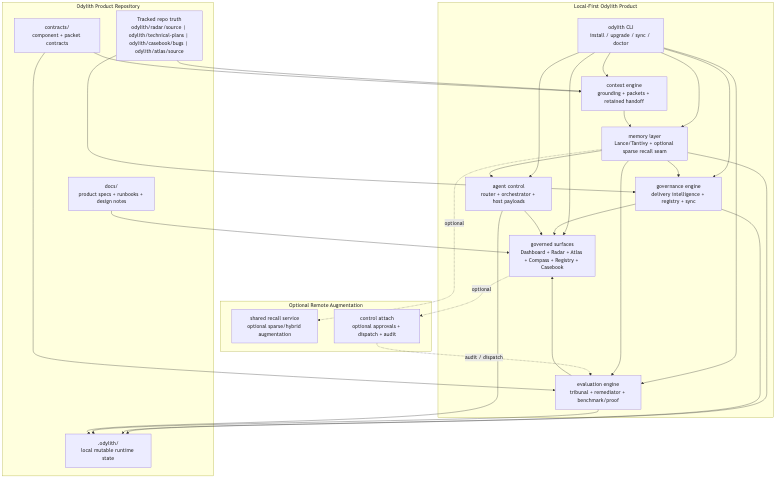
Earlier version of the Mermaid export odylith/atlas/source/odylith-installable-product-layered-topology.png (odylith/odylith). Its source is kept beside it as odylith/atlas/source/odylith-installable-product-layered-topology.mmd. Its diagram source:
```mermaid
flowchart TD
    subgraph Repo["Odylith Product Repository"]
        Truth["Tracked repo truth<br/>odylith/radar/source | odylith/technical-plans | odylith/casebook/bugs | odylith/atlas/source"]
        Contracts["contracts/<br/>component + packet contracts"]
        Docs["docs/<br/>product specs + runbooks + design notes"]
        RuntimeState[".odylith/<br/>local mutable runtime state"]
    end

    subgraph Product["Local-First Odylith Product"]
        CLI["odylith CLI<br/>install / upgrade / sync / doctor"]
        Context["context engine<br/>grounding + packets + retained handoff"]
        Memory["memory layer<br/>Lance/Tantivy + optional sparse recall seam"]
        Governance["governance engine<br/>delivery intelligence + registry + sync"]
        Evaluation["evaluation engine<br/>tribunal + remediator + benchmark/proof"]
        Agents["agent control<br/>router + orchestrator + host payloads"]
        Surfaces["governed surfaces<br/>Dashboard + Radar + Atlas + Compass + Registry + Casebook"]
    end

    subgraph OptionalRemote["Optional Remote Augmentation"]
        Recall["shared recall service<br/>optional sparse/hybrid augmentation"]
        Control["control attach<br/>optional approvals + dispatch + audit"]
    end

    Truth --> Context
    Truth --> Governance
    Contracts --> Context
    Contracts --> Evaluation
    Docs --> Surfaces
    CLI --> Context
    CLI --> Memory
    CLI --> Governance
    CLI --> Evaluation
    CLI --> Agents
    CLI --> Surfaces

    Context --> Memory
    Memory --> Governance
    Memory --> Evaluation
    Memory --> Agents
    Governance --> Surfaces
    Evaluation --> Surfaces
    Agents --> Surfaces

    Memory --> RuntimeState
    Governance --> RuntimeState
    Evaluation --> RuntimeState
    Agents --> RuntimeState

    Memory -. optional .-> Recall
    Surfaces -. optional .-> Control
    Control -. audit / dispatch .-> Evaluation
```
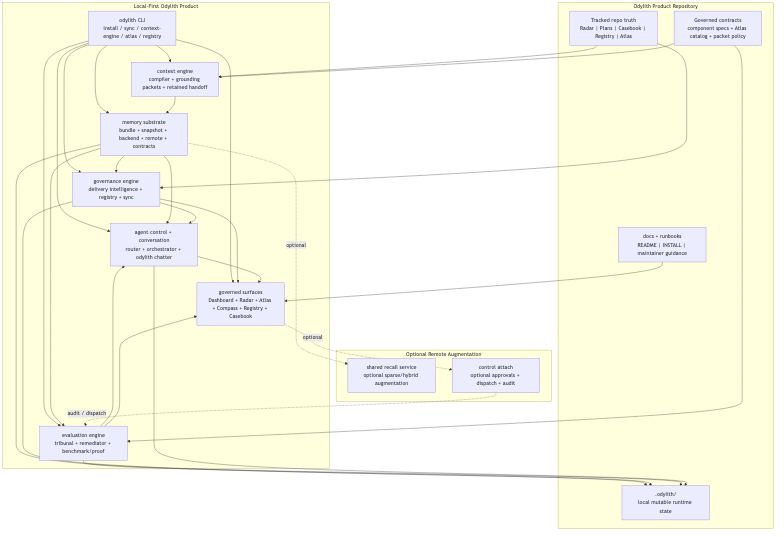
After the commit.

Change to the diagram source:
```diff
@@ -1,18 +1,18 @@
 flowchart TD
     subgraph Repo["Odylith Product Repository"]
-        Truth["Tracked repo truth<br/>odylith/radar/source | odylith/technical-plans | odylith/casebook/bugs | odylith/atlas/source"]
-        Contracts["contracts/<br/>component + packet contracts"]
-        Docs["docs/<br/>product specs + runbooks + design notes"]
+        Truth["Tracked repo truth<br/>Radar | Plans | Casebook | Registry | Atlas"]
+        Contracts["Governed contracts<br/>component specs + Atlas catalog + packet policy"]
+        Docs["docs + runbooks<br/>README | INSTALL | maintainer guidance"]
         RuntimeState[".odylith/<br/>local mutable runtime state"]
     end
 
     subgraph Product["Local-First Odylith Product"]
-        CLI["odylith CLI<br/>install / upgrade / sync / doctor"]
-        Context["context engine<br/>grounding + packets + retained handoff"]
-        Memory["memory layer<br/>Lance/Tantivy + optional sparse recall seam"]
+        CLI["odylith CLI<br/>install / sync / context-engine / atlas / registry"]
+        Context["context engine<br/>compiler + grounding packets + retained handoff"]
+        Memory["memory substrate<br/>bundle + snapshot + backend + remote + contracts"]
         Governance["governance engine<br/>delivery intelligence + registry + sync"]
         Evaluation["evaluation engine<br/>tribunal + remediator + benchmark/proof"]
-        Agents["agent control<br/>router + orchestrator + host payloads"]
+        Conversation["agent control + conversation<br/>router + orchestrator + odylith chatter"]
         Surfaces["governed surfaces<br/>Dashboard + Radar + Atlas + Compass + Registry + Casebook"]
     end
 
@@ -30,21 +30,23 @@
     CLI --> Memory
     CLI --> Governance
     CLI --> Evaluation
-    CLI --> Agents
+    CLI --> Conversation
     CLI --> Surfaces
 
     Context --> Memory
     Memory --> Governance
     Memory --> Evaluation
-    Memory --> Agents
+    Memory --> Conversation
+    Governance --> Conversation
+    Evaluation --> Conversation
     Governance --> Surfaces
     Evaluation --> Surfaces
-    Agents --> Surfaces
+    Conversation --> Surfaces
 
     Memory --> RuntimeState
     Governance --> RuntimeState
     Evaluation --> RuntimeState
-    Agents --> RuntimeState
+    Conversation --> RuntimeState
 
     Memory -. optional .-> Recall
     Surfaces -. optional .-> Control
```
